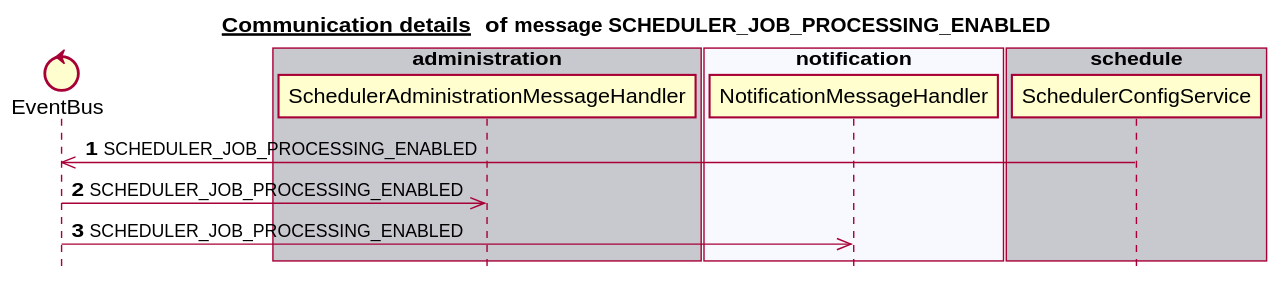
Earlier version of the PlantUML export docs/latest/images/gen_domain_messaging_scheduler_job_processing_enabled.svg (mercedes-benz/sechub). The source it was exported from:
```plantuml
@startuml


title __Communication details __ of **message SCHEDULER_JOB_PROCESSING_ENABLED**
skinparam style strictuml


control EventBus
box "scan" #C8C8CF
end box
box "authorization" #F8F8FF
end box
box "administration" #C8C8CF
   participant SchedulerAdministrationMessageHandler
end box
box "notification" #F8F8FF
   participant NotificationMessageHandler
end box
box "schedule" #C8C8CF
   participant SchedulerConfigService
end box
autonumber 1
SchedulerConfigService ->> EventBus:SCHEDULER_JOB_PROCESSING_ENABLED
EventBus ->> SchedulerAdministrationMessageHandler:SCHEDULER_JOB_PROCESSING_ENABLED
EventBus ->> NotificationMessageHandler:SCHEDULER_JOB_PROCESSING_ENABLED
autonumber stop


@enduml
```
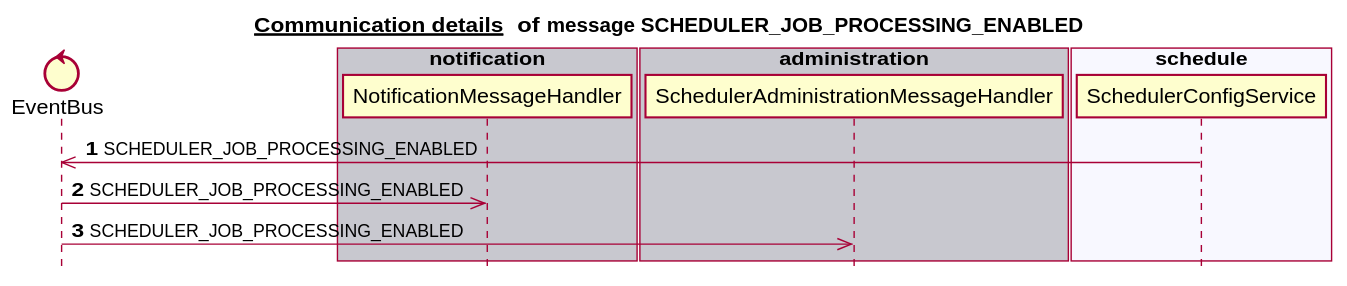
The same file after the commit.

The edit, as a diff of the source:
```diff
@@ -6,23 +6,23 @@
 
 
 control EventBus
-box "scan" #C8C8CF
+box "notification" #C8C8CF
+   participant NotificationMessageHandler
 end box
 box "authorization" #F8F8FF
 end box
 box "administration" #C8C8CF
    participant SchedulerAdministrationMessageHandler
 end box
-box "notification" #F8F8FF
-   participant NotificationMessageHandler
+box "schedule" #F8F8FF
+   participant SchedulerConfigService
 end box
-box "schedule" #C8C8CF
-   participant SchedulerConfigService
+box "scan" #C8C8CF
 end box
 autonumber 1
 SchedulerConfigService ->> EventBus:SCHEDULER_JOB_PROCESSING_ENABLED
+EventBus ->> NotificationMessageHandler:SCHEDULER_JOB_PROCESSING_ENABLED
 EventBus ->> SchedulerAdministrationMessageHandler:SCHEDULER_JOB_PROCESSING_ENABLED
-EventBus ->> NotificationMessageHandler:SCHEDULER_JOB_PROCESSING_ENABLED
 autonumber stop
 
 
```
